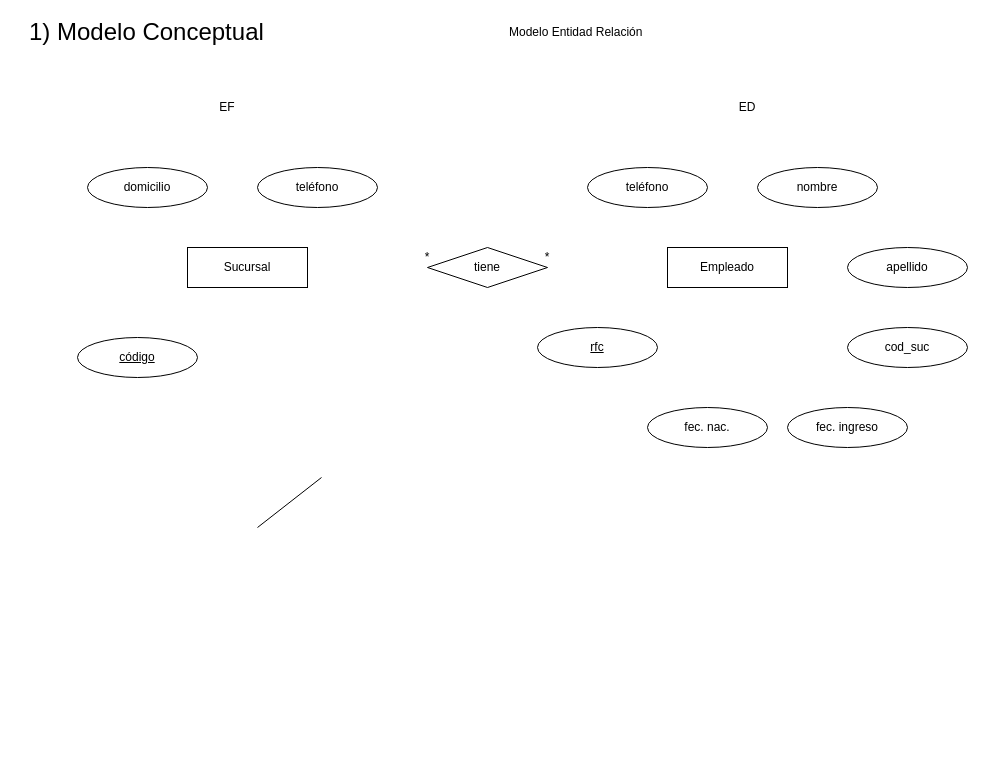
Before: M03DB/S02/Step-02-Editorial.drawio in G-Moll/EDC_ZR_LJ_2025_07_14_14HRS, a draw.io diagram. Source tidied: cells renumbered, new cells numbered last; positions are measured from the earlier drawing's top-left corner, leaving out a move shared by most shapes. Both pictures are drawn from the tidied source at 100%, with x=0, y=0 at pixel (27, 17).
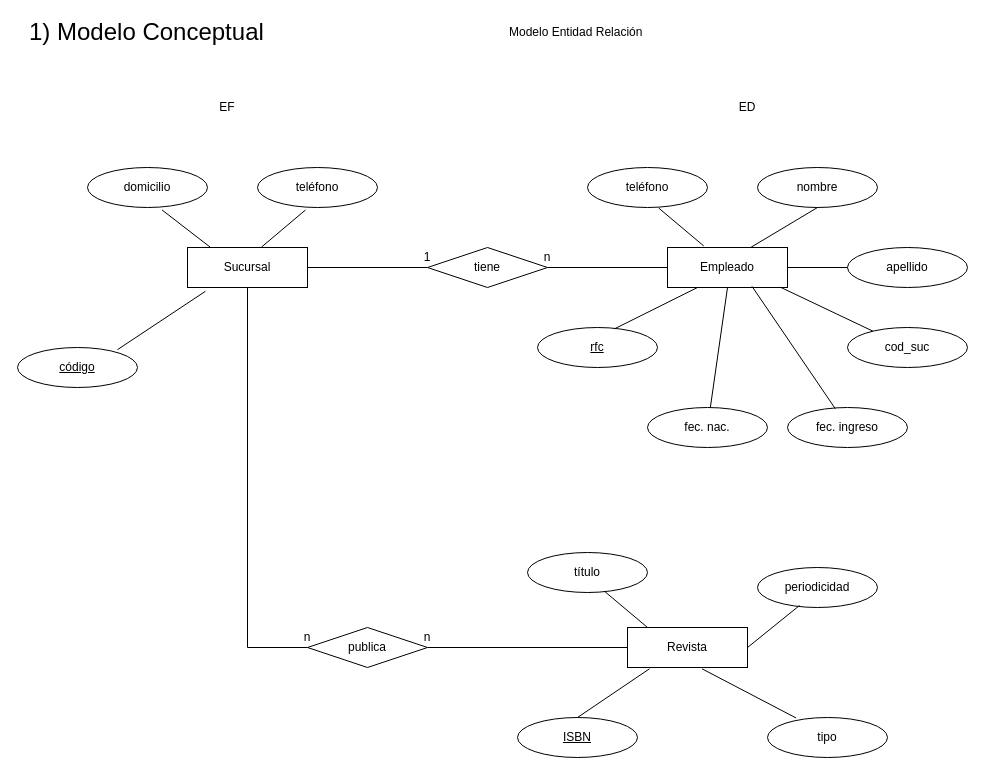
The same page after the edit.

Unchanged cells that the change refers to:
```xml
<mxCell id="3" value="Sucursal" style="rounded=0;whiteSpace=wrap;html=1;" parent="1" vertex="1">
  <mxGeometry x="160" y="230" width="120" height="40" as="geometry" />
</mxCell>
<mxCell id="4" value="domicilio" style="ellipse;whiteSpace=wrap;html=1;" parent="1" vertex="1">
  <mxGeometry x="60" y="150" width="120" height="40" as="geometry" />
</mxCell>
<mxCell id="5" value="teléfono" style="ellipse;whiteSpace=wrap;html=1;" parent="1" vertex="1">
  <mxGeometry x="230" y="150" width="120" height="40" as="geometry" />
</mxCell>
<mxCell id="8" value="Empleado" style="rounded=0;whiteSpace=wrap;html=1;" parent="1" vertex="1">
  <mxGeometry x="640" y="230" width="120" height="40" as="geometry" />
</mxCell>
<mxCell id="9" value="nombre" style="ellipse;whiteSpace=wrap;html=1;" parent="1" vertex="1">
  <mxGeometry x="730" y="150" width="120" height="40" as="geometry" />
</mxCell>
<mxCell id="10" value="apellido" style="ellipse;whiteSpace=wrap;html=1;" parent="1" vertex="1">
  <mxGeometry x="820" y="230" width="120" height="40" as="geometry" />
</mxCell>
<mxCell id="11" value="&lt;u&gt;rfc&lt;/u&gt;" style="ellipse;whiteSpace=wrap;html=1;" parent="1" vertex="1">
  <mxGeometry x="510" y="310" width="120" height="40" as="geometry" />
</mxCell>
<mxCell id="12" value="teléfono" style="ellipse;whiteSpace=wrap;html=1;" parent="1" vertex="1">
  <mxGeometry x="560" y="150" width="120" height="40" as="geometry" />
</mxCell>
<mxCell id="14" value="tiene" style="rhombus;whiteSpace=wrap;html=1;" parent="1" vertex="1">
  <mxGeometry x="400" y="230" width="120" height="40" as="geometry" />
</mxCell>
<mxCell id="17" value="cod_suc" style="ellipse;whiteSpace=wrap;html=1;" parent="1" vertex="1">
  <mxGeometry x="820" y="310" width="120" height="40" as="geometry" />
</mxCell>
<mxCell id="20" value="fec. nac." style="ellipse;whiteSpace=wrap;html=1;" parent="1" vertex="1">
  <mxGeometry x="620" y="390" width="120" height="40" as="geometry" />
</mxCell>
<mxCell id="21" value="fec. ingreso" style="ellipse;whiteSpace=wrap;html=1;" parent="1" vertex="1">
  <mxGeometry x="760" y="390" width="120" height="40" as="geometry" />
</mxCell>
```

Diff of the diagram source:
```diff
@@
     <mxCell id="6" value="&lt;u&gt;código&lt;/u&gt;" style="ellipse;whiteSpace=wrap;html=1;" parent="1" vertex="1">
-      <mxGeometry x="50" y="320" width="120" height="40" as="geometry" />
+      <mxGeometry x="-10" y="330" width="120" height="40" as="geometry" />
     </mxCell>
-    <mxCell id="7" style="endArrow=none;html=1;rounded=0;exitX=0.561;exitY=0.017;exitDx=0;exitDy=0;exitPerimeter=0;entryX=0.178;entryY=1.017;entryDx=0;entryDy=0;entryPerimeter=0;" parent="1" edge="1">
-      <mxGeometry relative="1" as="geometry">
-        <mxPoint x="230" y="510" as="sourcePoint" />
-        <mxPoint x="294" y="460" as="targetPoint" />
-      </mxGeometry>
+    <mxCell id="7" style="endArrow=none;html=1;rounded=0;exitX=0.621;exitY=1.061;exitDx=0;exitDy=0;exitPerimeter=0;entryX=0.188;entryY=-0.011;entryDx=0;entryDy=0;entryPerimeter=0;" parent="1" edge="1" source="4" target="3">
+      <mxGeometry relative="1" as="geometry" />
     </mxCell>
@@
+    <mxCell id="22" style="edgeStyle=orthogonalEdgeStyle;rounded=0;jettySize=auto;html=1;entryX=1;entryY=0.5;entryDx=0;entryDy=0;endArrow=none;startFill=0;" parent="1" edge="1" source="14" target="3">
+      <mxGeometry relative="1" as="geometry" />
+    </mxCell>
+    <mxCell id="23" style="edgeStyle=orthogonalEdgeStyle;rounded=0;jettySize=auto;html=1;entryX=0;entryY=0.5;entryDx=0;entryDy=0;endArrow=none;startFill=0;" parent="1" edge="1" source="14" target="8">
+      <mxGeometry relative="1" as="geometry" />
+    </mxCell>
@@
-    <mxCell id="15" value="*" style="text;html=1;align=center;verticalAlign=middle;whiteSpace=wrap;rounded=0;" parent="1" vertex="1">
+    <mxCell id="15" value="1" style="text;html=1;align=center;verticalAlign=middle;whiteSpace=wrap;rounded=0;" parent="1" vertex="1">
       <mxGeometry x="390" y="230" width="20" height="20" as="geometry" />
     </mxCell>
-    <mxCell id="16" value="*" style="text;html=1;align=center;verticalAlign=middle;whiteSpace=wrap;rounded=0;" parent="1" vertex="1">
+    <mxCell id="16" value="n" style="text;html=1;align=center;verticalAlign=middle;whiteSpace=wrap;rounded=0;" parent="1" vertex="1">
       <mxGeometry x="510" y="230" width="20" height="20" as="geometry" />
     </mxCell>
@@
+    <mxCell id="24" style="endArrow=none;html=1;rounded=0;exitX=0.697;exitY=-0.008;exitDx=0;exitDy=0;exitPerimeter=0;entryX=0.5;entryY=1;entryDx=0;entryDy=0;" parent="1" edge="1" source="8" target="9">
+      <mxGeometry relative="1" as="geometry" />
+    </mxCell>
+    <mxCell id="25" style="endArrow=none;html=1;rounded=0;exitX=0.617;exitY=-0.011;exitDx=0;exitDy=0;exitPerimeter=0;entryX=0.4;entryY=1.061;entryDx=0;entryDy=0;entryPerimeter=0;" parent="1" edge="1" source="3" target="5">
+      <mxGeometry relative="1" as="geometry" />
+    </mxCell>
+    <mxCell id="26" style="endArrow=none;html=1;rounded=0;exitX=0.833;exitY=0.054;exitDx=0;exitDy=0;exitPerimeter=0;entryX=0.149;entryY=1.096;entryDx=0;entryDy=0;entryPerimeter=0;" parent="1" edge="1" source="6" target="3">
+      <mxGeometry relative="1" as="geometry" />
+    </mxCell>
+    <mxCell id="27" style="endArrow=none;html=1;rounded=0;exitX=0.25;exitY=1;exitDx=0;exitDy=0;entryX=0.642;entryY=0.033;entryDx=0;entryDy=0;entryPerimeter=0;" parent="1" edge="1" source="8" target="11">
+      <mxGeometry relative="1" as="geometry" />
+    </mxCell>
+    <mxCell id="28" style="endArrow=none;html=1;rounded=0;exitX=0.302;exitY=-0.039;exitDx=0;exitDy=0;exitPerimeter=0;entryX=0.593;entryY=1.013;entryDx=0;entryDy=0;entryPerimeter=0;" parent="1" edge="1" source="8" target="12">
+      <mxGeometry relative="1" as="geometry" />
+    </mxCell>
+    <mxCell id="29" style="endArrow=none;html=1;rounded=0;exitX=0.94;exitY=0.992;exitDx=0;exitDy=0;exitPerimeter=0;" parent="1" edge="1" source="8" target="17">
+      <mxGeometry relative="1" as="geometry" />
+    </mxCell>
+    <mxCell id="30" style="endArrow=none;html=1;rounded=0;exitX=0.704;exitY=0.971;exitDx=0;exitDy=0;exitPerimeter=0;entryX=0.399;entryY=0.033;entryDx=0;entryDy=0;entryPerimeter=0;" parent="1" edge="1" source="8" target="21">
+      <mxGeometry relative="1" as="geometry" />
+    </mxCell>
+    <mxCell id="31" style="endArrow=none;html=1;rounded=0;exitX=1;exitY=0.5;exitDx=0;exitDy=0;entryX=0;entryY=0.5;entryDx=0;entryDy=0;" parent="1" edge="1" source="8" target="10">
+      <mxGeometry relative="1" as="geometry" />
+    </mxCell>
+    <mxCell id="32" style="endArrow=none;html=1;rounded=0;exitX=0.5;exitY=1;exitDx=0;exitDy=0;" parent="1" edge="1" source="8" target="20">
+      <mxGeometry relative="1" as="geometry" />
+    </mxCell>
+    <mxCell id="33" value="Revista" style="rounded=0;whiteSpace=wrap;html=1;" parent="1" vertex="1">
+      <mxGeometry x="600" y="610" width="120" height="40" as="geometry" />
+    </mxCell>
+    <mxCell id="34" value="&lt;u&gt;ISBN&lt;/u&gt;" style="ellipse;whiteSpace=wrap;html=1;" parent="1" vertex="1">
+      <mxGeometry x="490" y="700" width="120" height="40" as="geometry" />
+    </mxCell>
+    <mxCell id="35" value="título" style="ellipse;whiteSpace=wrap;html=1;" parent="1" vertex="1">
+      <mxGeometry x="500" y="535" width="120" height="40" as="geometry" />
+    </mxCell>
+    <mxCell id="36" value="periodicidad" style="ellipse;whiteSpace=wrap;html=1;" parent="1" vertex="1">
+      <mxGeometry x="730" y="550" width="120" height="40" as="geometry" />
+    </mxCell>
+    <mxCell id="37" value="tipo" style="ellipse;whiteSpace=wrap;html=1;" parent="1" vertex="1">
+      <mxGeometry x="740" y="700" width="120" height="40" as="geometry" />
+    </mxCell>
+    <mxCell id="38" style="endArrow=none;html=1;rounded=0;exitX=0.167;exitY=0;exitDx=0;exitDy=0;entryX=0.642;entryY=0.971;entryDx=0;entryDy=0;entryPerimeter=0;exitPerimeter=0;" parent="1" edge="1" source="33" target="35">
+      <mxGeometry relative="1" as="geometry" />
+    </mxCell>
+    <mxCell id="39" style="endArrow=none;html=1;rounded=0;exitX=0.35;exitY=0.95;exitDx=0;exitDy=0;exitPerimeter=0;entryX=1;entryY=0.5;entryDx=0;entryDy=0;" parent="1" edge="1" source="36" target="33">
+      <mxGeometry relative="1" as="geometry" />
+    </mxCell>
+    <mxCell id="40" style="endArrow=none;html=1;rounded=0;exitX=0.183;exitY=1.033;exitDx=0;exitDy=0;entryX=0.5;entryY=0;entryDx=0;entryDy=0;exitPerimeter=0;" parent="1" edge="1" source="33" target="34">
+      <mxGeometry relative="1" as="geometry" />
+    </mxCell>
+    <mxCell id="41" style="endArrow=none;html=1;rounded=0;exitX=0.621;exitY=1.033;exitDx=0;exitDy=0;exitPerimeter=0;entryX=0.239;entryY=0.013;entryDx=0;entryDy=0;entryPerimeter=0;" parent="1" edge="1" source="33" target="37">
+      <mxGeometry relative="1" as="geometry" />
+    </mxCell>
+    <mxCell id="42" style="edgeStyle=orthogonalEdgeStyle;rounded=0;jettySize=auto;html=1;entryX=0;entryY=0.5;entryDx=0;entryDy=0;endArrow=none;startFill=0;" parent="1" edge="1" source="44" target="33">
+      <mxGeometry relative="1" as="geometry" />
+    </mxCell>
+    <mxCell id="43" style="edgeStyle=orthogonalEdgeStyle;rounded=0;jettySize=auto;html=1;entryX=0.5;entryY=1;entryDx=0;entryDy=0;endArrow=none;startFill=0;" parent="1" edge="1" source="44" target="3">
+      <mxGeometry relative="1" as="geometry">
+        <Array as="points">
+          <mxPoint x="220" y="630" />
+        </Array>
+      </mxGeometry>
+    </mxCell>
+    <mxCell id="44" value="publica" style="rhombus;whiteSpace=wrap;html=1;" parent="1" vertex="1">
+      <mxGeometry x="280" y="610" width="120" height="40" as="geometry" />
+    </mxCell>
+    <mxCell id="45" value="n" style="text;html=1;align=center;verticalAlign=middle;whiteSpace=wrap;rounded=0;" parent="1" vertex="1">
+      <mxGeometry x="270" y="610" width="20" height="20" as="geometry" />
+    </mxCell>
+    <mxCell id="46" value="n" style="text;html=1;align=center;verticalAlign=middle;whiteSpace=wrap;rounded=0;" parent="1" vertex="1">
+      <mxGeometry x="390" y="610" width="20" height="20" as="geometry" />
+    </mxCell>
```
